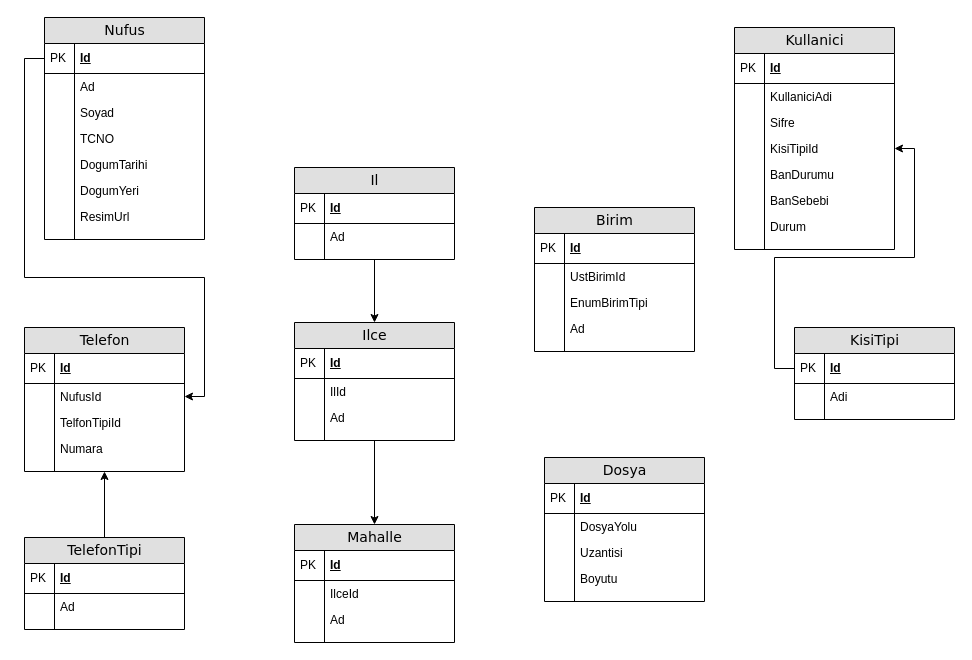
Earlier version of the draw.io diagram page "Genel" (1 of 9) of Kur 2/Veritabanı Diagrams.drawio (etuncay/kugim-gen-yazilimcilar-egitim-programi). Source tidied: cells renumbered, new cells numbered last; positions are measured from the earlier drawing's top-left corner, leaving out a move shared by most shapes. Both pictures are drawn from the tidied source at 100%, with x=0, y=0 at pixel (24, 17).
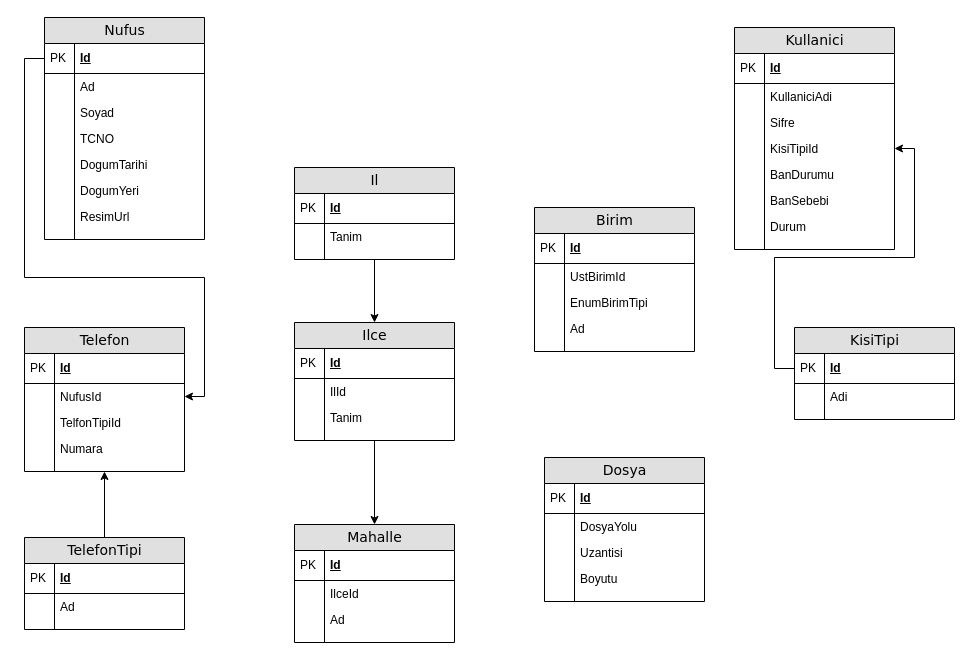
After the change.

Unchanged cells that the change refers to:
```xml
<mxCell id="51" value="Il" style="swimlane;html=1;fontStyle=0;horizontal=1;startSize=26;fillColor=#e0e0e0;swimlaneFillColor=#ffffff;align=center;rounded=0;shadow=0;comic=0;labelBackgroundColor=none;strokeWidth=1;fontFamily=Verdana;fontSize=14;" parent="1" vertex="1">
  <mxGeometry x="270" y="150" width="160" height="92" as="geometry" />
</mxCell>
<mxCell id="59" value="Ilce" style="swimlane;html=1;fontStyle=0;horizontal=1;startSize=26;fillColor=#e0e0e0;swimlaneFillColor=#ffffff;align=center;rounded=0;shadow=0;comic=0;labelBackgroundColor=none;strokeWidth=1;fontFamily=Verdana;fontSize=14;" parent="1" vertex="1">
  <mxGeometry x="270" y="305" width="160" height="118" as="geometry" />
</mxCell>
```

Change to the diagram source:
```diff
@@
-    <mxCell id="54" value="Ad" style="shape=partialRectangle;top=0;left=0;right=0;bottom=0;html=1;align=left;verticalAlign=top;fillColor=none;spacingLeft=34;spacingRight=4;whiteSpace=wrap;overflow=hidden;" parent="51" vertex="1">
+    <mxCell id="54" value="Tanim" style="shape=partialRectangle;top=0;left=0;right=0;bottom=0;html=1;align=left;verticalAlign=top;fillColor=none;spacingLeft=34;spacingRight=4;whiteSpace=wrap;overflow=hidden;" parent="51" vertex="1">
       <mxGeometry y="56" width="160" height="26" as="geometry" />
     </mxCell>
@@
-    <mxCell id="64" value="Ad" style="shape=partialRectangle;top=0;left=0;right=0;bottom=0;html=1;align=left;verticalAlign=top;fillColor=none;spacingLeft=34;spacingRight=4;whiteSpace=wrap;overflow=hidden;" parent="59" vertex="1">
+    <mxCell id="64" value="Tanim" style="shape=partialRectangle;top=0;left=0;right=0;bottom=0;html=1;align=left;verticalAlign=top;fillColor=none;spacingLeft=34;spacingRight=4;whiteSpace=wrap;overflow=hidden;" parent="59" vertex="1">
       <mxGeometry y="82" width="160" height="26" as="geometry" />
     </mxCell>
```
